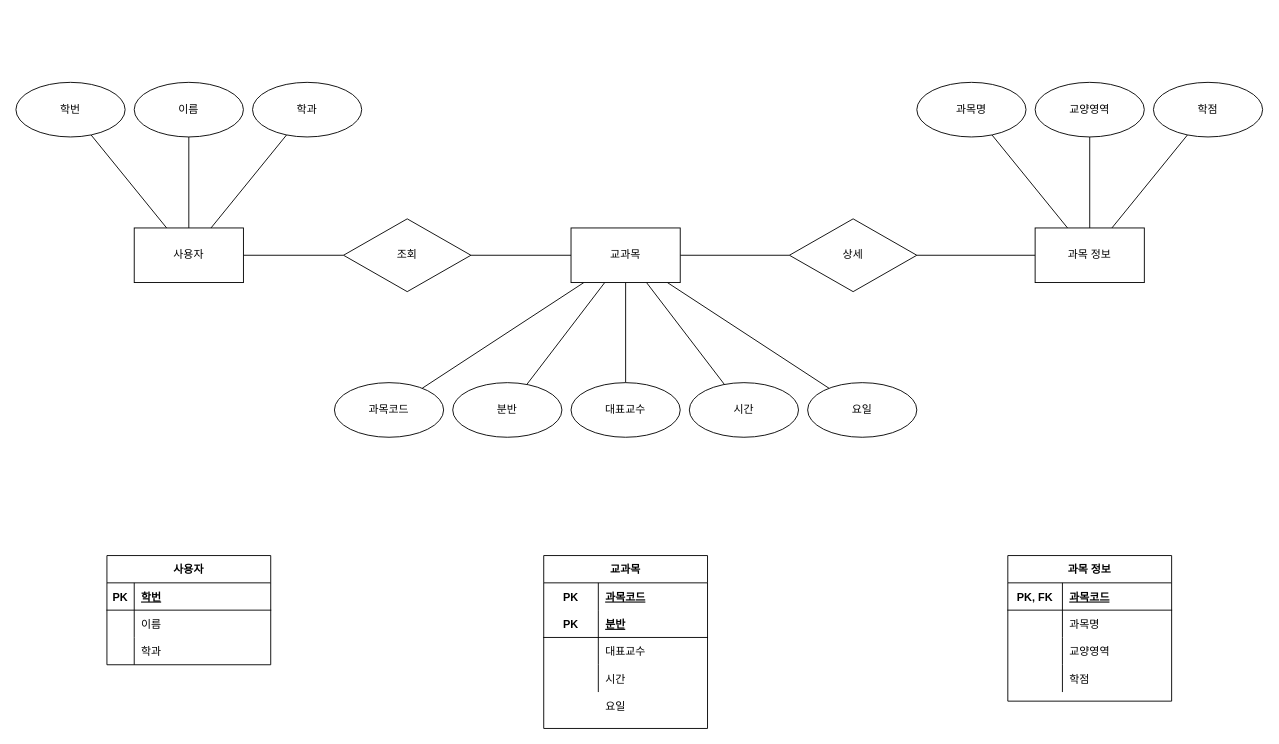
Above: Untitled Diagram.drawio in Skoooo/webmafia (draw.io), before the change. Source tidied: cells renumbered, new cells numbered last; positions are measured from the earlier drawing's top-left corner, leaving out a move shared by most shapes. Both pictures are drawn from the tidied source at 91%, with x=0, y=0 at pixel (15, 22).
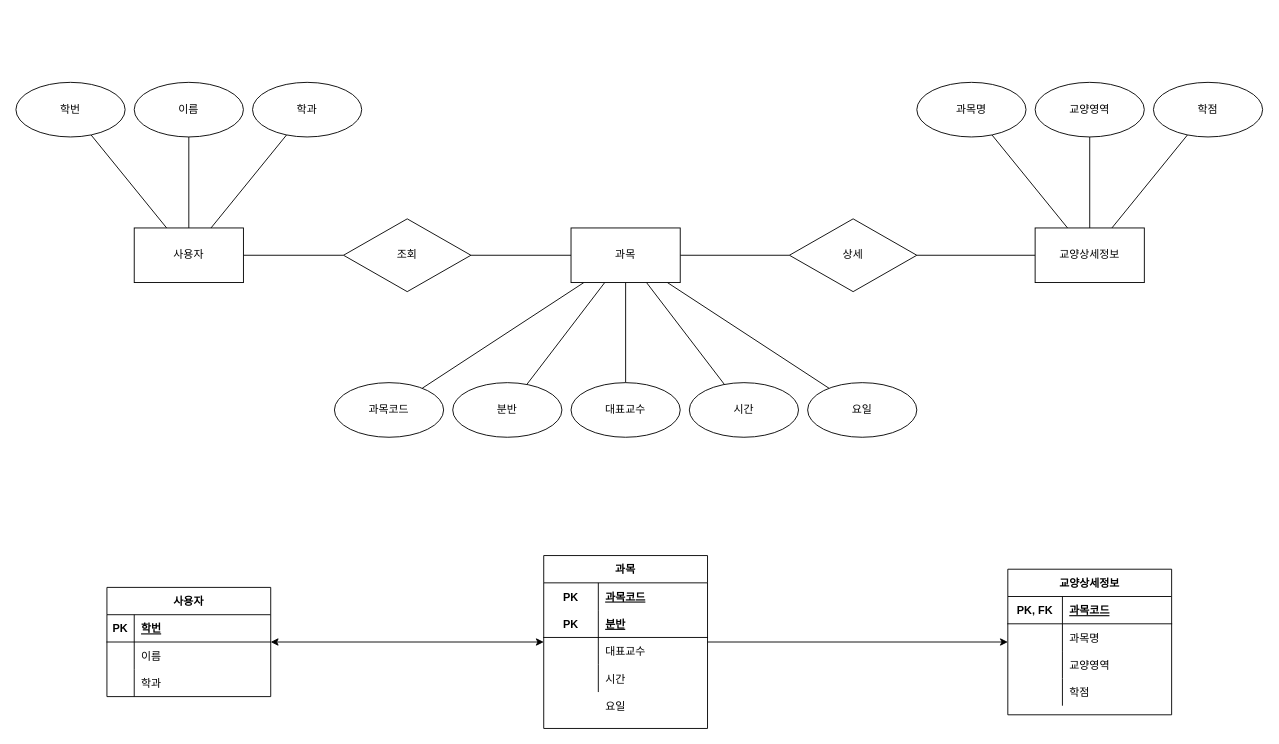
The same diagram, later.

The edit, as a diff of the source:
```diff
@@
-    <mxCell id="25" value="교과목" style="rounded=0;whiteSpace=wrap;html=1;" parent="1" vertex="1">
+    <mxCell id="25" value="과목" style="rounded=0;whiteSpace=wrap;html=1;" parent="1" vertex="1">
       <mxGeometry x="610" y="226" width="120" height="60" as="geometry" />
     </mxCell>
@@
-    <mxCell id="32" value="과목 정보" style="rounded=0;whiteSpace=wrap;html=1;" parent="1" vertex="1">
+    <mxCell id="32" value="교양상세정보" style="rounded=0;whiteSpace=wrap;html=1;" parent="1" vertex="1">
       <mxGeometry x="1120" y="226" width="120" height="60" as="geometry" />
     </mxCell>
@@
-    <mxCell id="36" value="교과목" style="shape=table;startSize=30;childLayout=tableLayout;rowLines=0;fontStyle=1;align=center;" parent="1" vertex="1">
+    <mxCell id="36" value="과목" style="shape=table;startSize=30;childLayout=tableLayout;rowLines=0;fontStyle=1;align=center;" parent="1" vertex="1">
       <mxGeometry x="580" y="586" width="180" height="190" as="geometry" />
     </mxCell>
@@
+    <mxCell id="73" style="edgeStyle=none;rounded=0;jettySize=auto;html=1;endArrow=none;endFill=0;startArrow=classic;startFill=1;" parent="1" edge="1" source="49" target="36">
+      <mxGeometry relative="1" as="geometry" />
+    </mxCell>
-    <mxCell id="49" value="과목 정보" style="shape=table;startSize=30;childLayout=tableLayout;rowLines=0;fontStyle=1;align=center;" parent="1" vertex="1">
-      <mxGeometry x="1090" y="586" width="180" height="160" as="geometry" />
+    <mxCell id="49" value="교양상세정보" style="shape=table;startSize=30;childLayout=tableLayout;rowLines=0;fontStyle=1;align=center;" parent="1" vertex="1">
+      <mxGeometry x="1090" y="601" width="180" height="160" as="geometry" />
     </mxCell>
@@
+    <mxCell id="74" style="edgeStyle=none;rounded=0;jettySize=auto;html=1;endArrow=classic;endFill=1;startArrow=classic;startFill=1;" parent="1" edge="1" source="63" target="36">
+      <mxGeometry relative="1" as="geometry" />
+    </mxCell>
     <mxCell id="63" value="사용자" style="shape=table;startSize=30;childLayout=tableLayout;rowLines=0;fontStyle=1;align=center;" parent="1" vertex="1">
-      <mxGeometry x="100" y="586" width="180" height="120" as="geometry" />
+      <mxGeometry x="100" y="621" width="180" height="120" as="geometry" />
     </mxCell>
```
